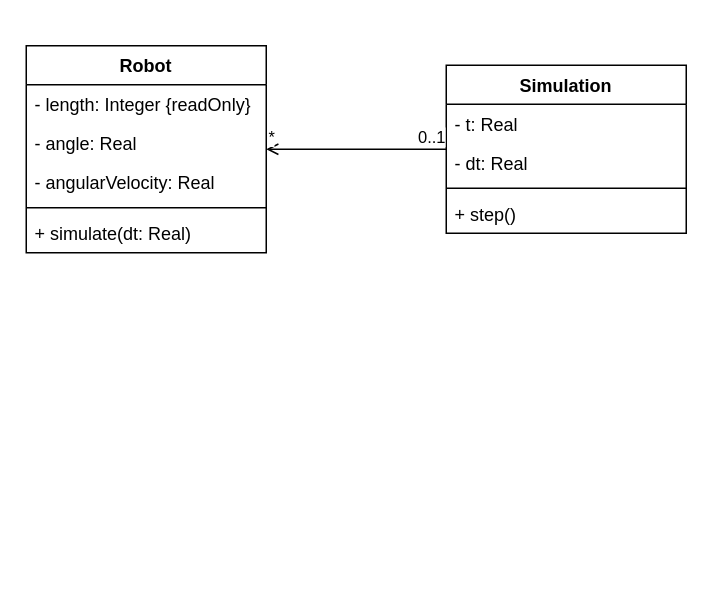
Above: Diagrams/Class Diagram.drawio in highestPACE/balance-avoidance-simulator (draw.io), before the change. Source tidied: cells renumbered, new cells numbered last; positions are measured from the earlier drawing's top-left corner, leaving out a move shared by most shapes. Both pictures are drawn from the tidied source at 150%, with x=0, y=0 at pixel (26, 45).
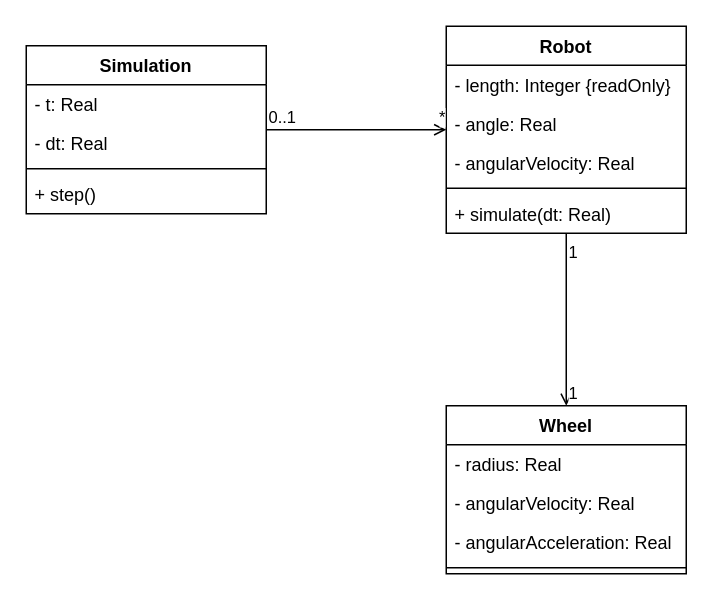
After the change.

Commit message (it also covers changes not shown here):
Added wheel to robot and updated physics

The change refers to these unchanged cells:
```xml
<mxCell id="13" style="endArrow=open;html=1;edgeStyle=orthogonalEdgeStyle;rounded=0;endFill=0;" parent="1" edge="1" source="8" target="2">
  <mxGeometry relative="1" as="geometry" />
</mxCell>
```

Diff of the diagram source:
```diff
@@
     <mxCell id="2" value="Robot" style="swimlane;fontStyle=1;align=center;verticalAlign=top;horizontal=1;startSize=26;whiteSpace=wrap;html=1;" parent="1" vertex="1">
-      <mxGeometry width="160" height="138" as="geometry" />
+      <mxGeometry x="280" y="-13" width="160" height="138" as="geometry" />
     </mxCell>
@@
     <mxCell id="8" value="Simulation" style="swimlane;fontStyle=1;align=center;verticalAlign=top;horizontal=1;startSize=26;whiteSpace=wrap;html=1;" parent="1" vertex="1">
-      <mxGeometry x="280" y="13" width="160" height="112" as="geometry" />
+      <mxGeometry width="160" height="112" as="geometry" />
     </mxCell>
@@
-    <mxCell id="14" value="0..1" style="edgeLabel;html=1;align=right;verticalAlign=bottom;" parent="13" vertex="1">
+    <mxCell id="14" value="0..1" style="edgeLabel;html=1;align=left;verticalAlign=bottom;" parent="13" vertex="1">
       <mxGeometry x="-1" relative="1" as="geometry" />
     </mxCell>
-    <mxCell id="15" value="*" style="edgeLabel;html=1;align=left;verticalAlign=bottom;" parent="13" vertex="1">
+    <mxCell id="15" value="*" style="edgeLabel;html=1;align=right;verticalAlign=bottom;" parent="13" vertex="1">
       <mxGeometry x="1" relative="1" as="geometry" />
     </mxCell>
+    <mxCell id="16" value="Wheel" style="swimlane;fontStyle=1;align=center;verticalAlign=top;horizontal=1;startSize=26;whiteSpace=wrap;html=1;" parent="1" vertex="1">
+      <mxGeometry x="280" y="240" width="160" height="112" as="geometry" />
+    </mxCell>
+    <mxCell id="17" value="- radius: Real" style="text;strokeColor=none;fillColor=none;align=left;verticalAlign=top;spacingLeft=4;spacingRight=4;overflow=hidden;whiteSpace=wrap;html=1;" parent="16" vertex="1">
+      <mxGeometry y="26" width="160" height="26" as="geometry" />
+    </mxCell>
+    <mxCell id="18" value="- angularVelocity: Real" style="text;strokeColor=none;fillColor=none;align=left;verticalAlign=top;spacingLeft=4;spacingRight=4;overflow=hidden;whiteSpace=wrap;html=1;" parent="16" vertex="1">
+      <mxGeometry y="52" width="160" height="26" as="geometry" />
+    </mxCell>
+    <mxCell id="19" value="- angularAcceleration: Real" style="text;strokeColor=none;fillColor=none;align=left;verticalAlign=top;spacingLeft=4;spacingRight=4;overflow=hidden;whiteSpace=wrap;html=1;" parent="16" vertex="1">
+      <mxGeometry y="78" width="160" height="26" as="geometry" />
+    </mxCell>
+    <mxCell id="20" style="line;strokeWidth=1;fillColor=none;align=left;verticalAlign=middle;spacingTop=-1;spacingLeft=3;spacingRight=3;labelPosition=right;strokeColor=inherit;" parent="16" vertex="1">
+      <mxGeometry y="104" width="160" height="8" as="geometry" />
+    </mxCell>
+    <mxCell id="21" style="endArrow=open;html=1;edgeStyle=orthogonalEdgeStyle;rounded=0;endFill=0;" parent="1" edge="1" source="2" target="16">
+      <mxGeometry relative="1" as="geometry" />
+    </mxCell>
+    <mxCell id="22" value="1" style="edgeLabel;html=1;align=left;verticalAlign=top;" parent="21" vertex="1">
+      <mxGeometry x="-1" relative="1" as="geometry" />
+    </mxCell>
+    <mxCell id="23" value="1" style="edgeLabel;html=1;align=left;verticalAlign=bottom;" parent="21" vertex="1">
+      <mxGeometry x="1" relative="1" as="geometry" />
+    </mxCell>
```
